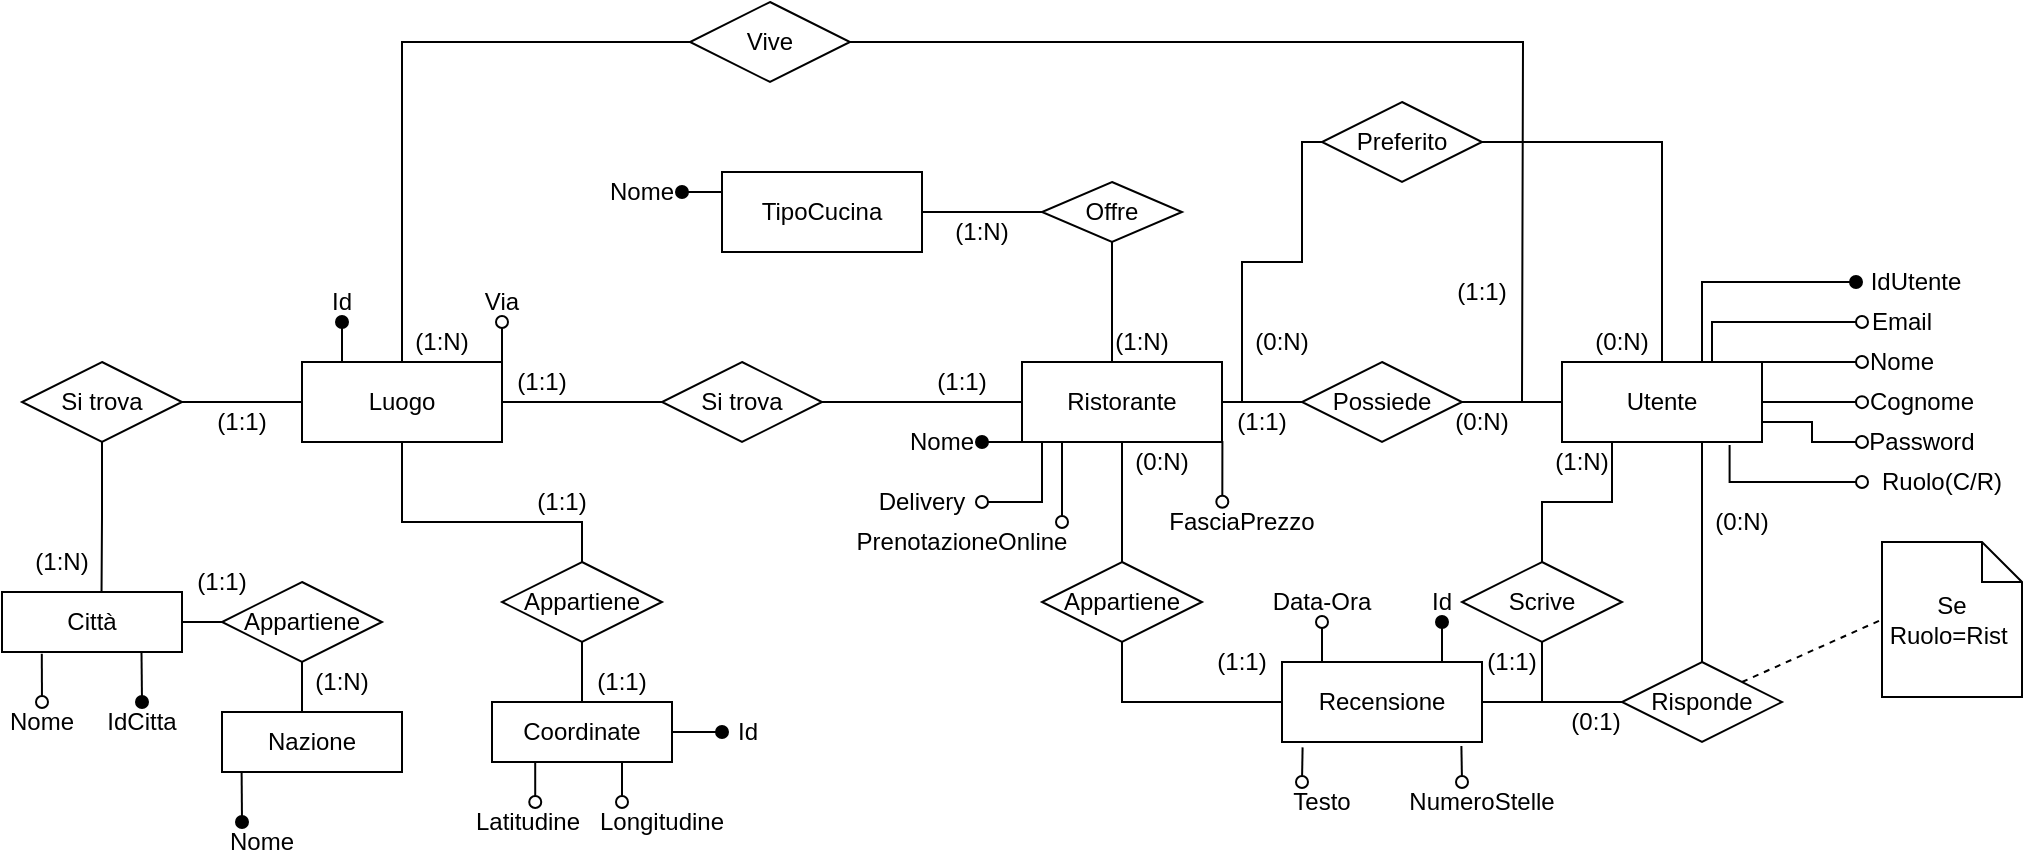
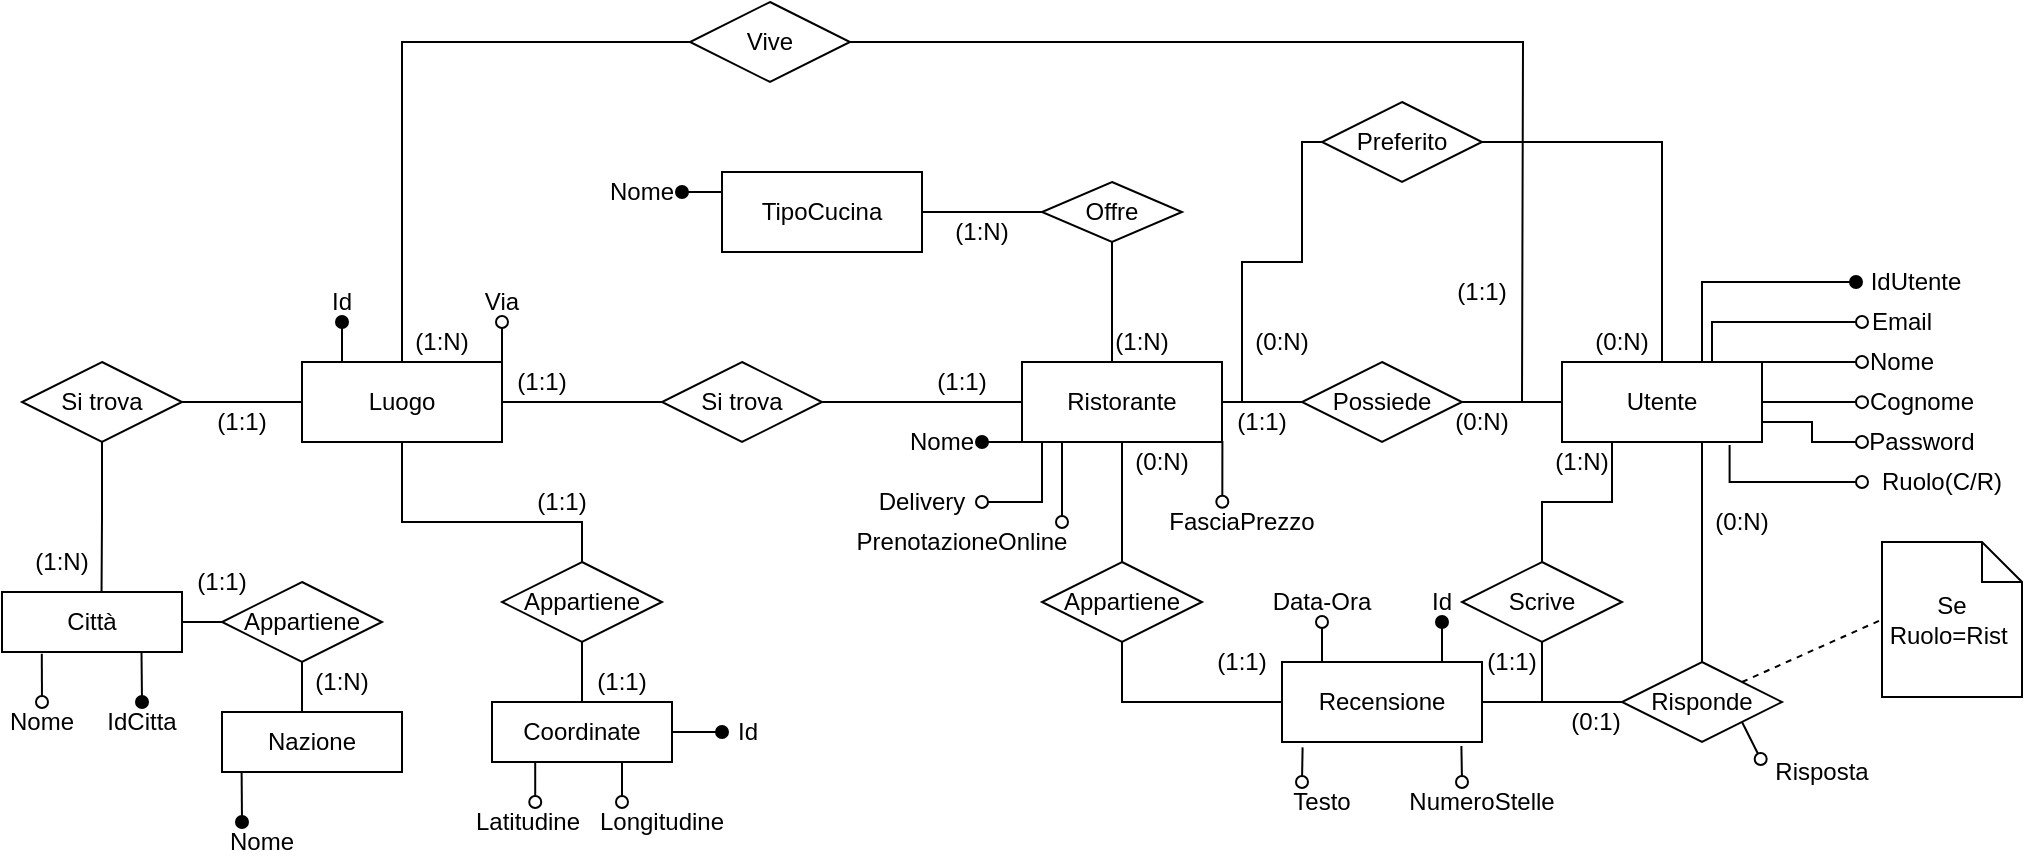
- <mxfile host="drawio-plugin" modified="2026-05-14T13:50:04.637Z" agent="Mozilla/5.0 (Windows NT 10.0; Win64; x64) AppleWebKit/537.36 (KHTML, like Gecko) Chrome/122.0.0.0 Safari/537.36" version="22.1.22" etag="0WFZqgvAeo7UNPecb1ba" type="embed">
+ <mxfile host="drawio-plugin" modified="2026-05-14T14:01:58.325Z" agent="Mozilla/5.0 (Windows NT 10.0; Win64; x64) AppleWebKit/537.36 (KHTML, like Gecko) Chrome/122.0.0.0 Safari/537.36" etag="sP1y75uM8ceINQ1trxam" version="22.1.22" type="embed">
  <diagram name="Pagina-1" id="_lHHkWrQSdz5xMOHrlR1">
-     <mxGraphModel dx="770" dy="519" grid="1" gridSize="10" guides="1" tooltips="1" connect="1" arrows="1" fold="1" page="1" pageScale="1" pageWidth="827" pageHeight="1169" math="0" shadow="0">
+     <mxGraphModel dx="160" dy="121" grid="1" gridSize="10" guides="1" tooltips="1" connect="1" arrows="1" fold="1" page="1" pageScale="1" pageWidth="827" pageHeight="1169" math="0" shadow="0">
      <root>
        <mxCell id="0" />
        <mxCell id="1" parent="0" />
        <mxCell id="hoR0Gt4olv19J5PJwQfM-59" style="edgeStyle=orthogonalEdgeStyle;rounded=0;orthogonalLoop=1;jettySize=auto;html=1;exitX=1;exitY=0.5;exitDx=0;exitDy=0;entryX=0;entryY=0.5;entryDx=0;entryDy=0;endArrow=none;endFill=0;" parent="1" source="hoR0Gt4olv19J5PJwQfM-15" target="hoR0Gt4olv19J5PJwQfM-58" edge="1">
          <mxGeometry relative="1" as="geometry" />
        </mxCell>
        <mxCell id="hoR0Gt4olv19J5PJwQfM-81" style="edgeStyle=orthogonalEdgeStyle;rounded=0;orthogonalLoop=1;jettySize=auto;html=1;exitX=0.25;exitY=0;exitDx=0;exitDy=0;entryX=0.5;entryY=1;entryDx=0;entryDy=0;endArrow=oval;endFill=1;" parent="1" source="hoR0Gt4olv19J5PJwQfM-15" target="hoR0Gt4olv19J5PJwQfM-80" edge="1">
          <mxGeometry relative="1" as="geometry" />
        </mxCell>
        <mxCell id="hoR0Gt4olv19J5PJwQfM-93" style="edgeStyle=orthogonalEdgeStyle;rounded=0;orthogonalLoop=1;jettySize=auto;html=1;exitX=0.5;exitY=0;exitDx=0;exitDy=0;entryX=0;entryY=0.5;entryDx=0;entryDy=0;endArrow=none;endFill=0;" parent="1" source="hoR0Gt4olv19J5PJwQfM-15" target="hoR0Gt4olv19J5PJwQfM-88" edge="1">
          <mxGeometry relative="1" as="geometry" />
        </mxCell>
        <mxCell id="hoR0Gt4olv19J5PJwQfM-103" style="edgeStyle=orthogonalEdgeStyle;rounded=0;orthogonalLoop=1;jettySize=auto;html=1;exitX=0.75;exitY=0;exitDx=0;exitDy=0;entryX=0.5;entryY=1;entryDx=0;entryDy=0;endArrow=oval;endFill=0;" parent="1" source="hoR0Gt4olv19J5PJwQfM-15" target="hoR0Gt4olv19J5PJwQfM-102" edge="1">
          <mxGeometry relative="1" as="geometry">
            <Array as="points">
              <mxPoint x="260" y="180" />
            </Array>
          </mxGeometry>
        </mxCell>
        <mxCell id="-ga8Vy6kgK3lwZkrT14U-17" style="edgeStyle=orthogonalEdgeStyle;rounded=0;orthogonalLoop=1;jettySize=auto;html=1;exitX=0;exitY=0.5;exitDx=0;exitDy=0;entryX=1;entryY=0.5;entryDx=0;entryDy=0;endArrow=none;endFill=0;" parent="1" source="hoR0Gt4olv19J5PJwQfM-15" target="hoR0Gt4olv19J5PJwQfM-30" edge="1">
          <mxGeometry relative="1" as="geometry" />
        </mxCell>
        <mxCell id="hoR0Gt4olv19J5PJwQfM-15" value="Luogo" style="whiteSpace=wrap;html=1;align=center;" parent="1" vertex="1">
          <mxGeometry x="160" y="180" width="100" height="40" as="geometry" />
        </mxCell>
        <mxCell id="hoR0Gt4olv19J5PJwQfM-127" style="edgeStyle=orthogonalEdgeStyle;rounded=0;orthogonalLoop=1;jettySize=auto;html=1;exitX=0;exitY=1;exitDx=0;exitDy=0;entryX=1;entryY=0.5;entryDx=0;entryDy=0;endArrow=oval;endFill=0;" parent="1" source="hoR0Gt4olv19J5PJwQfM-17" target="hoR0Gt4olv19J5PJwQfM-123" edge="1">
          <mxGeometry relative="1" as="geometry">
            <Array as="points">
              <mxPoint x="530" y="220" />
              <mxPoint x="530" y="250" />
            </Array>
          </mxGeometry>
        </mxCell>
        <mxCell id="hoR0Gt4olv19J5PJwQfM-128" style="edgeStyle=orthogonalEdgeStyle;rounded=0;orthogonalLoop=1;jettySize=auto;html=1;exitX=0;exitY=1;exitDx=0;exitDy=0;entryX=1;entryY=0.5;entryDx=0;entryDy=0;endArrow=oval;endFill=1;" parent="1" source="hoR0Gt4olv19J5PJwQfM-17" target="hoR0Gt4olv19J5PJwQfM-119" edge="1">
          <mxGeometry relative="1" as="geometry" />
        </mxCell>
        <mxCell id="SbRHY4iRa-0WNo82sJNy-21" style="edgeStyle=orthogonalEdgeStyle;rounded=0;orthogonalLoop=1;jettySize=auto;html=1;exitX=1;exitY=0.5;exitDx=0;exitDy=0;entryX=0;entryY=0.5;entryDx=0;entryDy=0;endArrow=none;endFill=0;" parent="1" source="hoR0Gt4olv19J5PJwQfM-17" target="SbRHY4iRa-0WNo82sJNy-20" edge="1">
          <mxGeometry relative="1" as="geometry">
            <Array as="points">
              <mxPoint x="630" y="200" />
              <mxPoint x="630" y="130" />
              <mxPoint x="660" y="130" />
              <mxPoint x="660" y="70" />
            </Array>
          </mxGeometry>
        </mxCell>
        <mxCell id="hoR0Gt4olv19J5PJwQfM-17" value="Ristorante" style="whiteSpace=wrap;html=1;align=center;" parent="1" vertex="1">
          <mxGeometry x="520" y="180" width="100" height="40" as="geometry" />
        </mxCell>
        <mxCell id="hoR0Gt4olv19J5PJwQfM-32" style="edgeStyle=orthogonalEdgeStyle;rounded=0;orthogonalLoop=1;jettySize=auto;html=1;exitX=0.5;exitY=0;exitDx=0;exitDy=0;entryX=0.5;entryY=1;entryDx=0;entryDy=0;endArrow=none;endFill=0;" parent="1" source="hoR0Gt4olv19J5PJwQfM-18" target="hoR0Gt4olv19J5PJwQfM-28" edge="1">
          <mxGeometry relative="1" as="geometry" />
        </mxCell>
        <mxCell id="hoR0Gt4olv19J5PJwQfM-18" value="Nazione" style="whiteSpace=wrap;html=1;align=center;" parent="1" vertex="1">
          <mxGeometry x="120" y="355" width="90" height="30" as="geometry" />
        </mxCell>
        <mxCell id="hoR0Gt4olv19J5PJwQfM-57" style="edgeStyle=orthogonalEdgeStyle;rounded=0;orthogonalLoop=1;jettySize=auto;html=1;exitX=0.5;exitY=0;exitDx=0;exitDy=0;entryX=0.5;entryY=1;entryDx=0;entryDy=0;endArrow=none;endFill=0;" parent="1" source="hoR0Gt4olv19J5PJwQfM-20" edge="1">
          <mxGeometry relative="1" as="geometry">
            <mxPoint x="840" y="160" as="targetPoint" />
          </mxGeometry>
        </mxCell>
        <mxCell id="hoR0Gt4olv19J5PJwQfM-84" style="edgeStyle=orthogonalEdgeStyle;rounded=0;orthogonalLoop=1;jettySize=auto;html=1;exitX=0.75;exitY=0;exitDx=0;exitDy=0;entryX=0;entryY=0.5;entryDx=0;entryDy=0;endArrow=oval;endFill=0;" parent="1" source="hoR0Gt4olv19J5PJwQfM-20" target="hoR0Gt4olv19J5PJwQfM-83" edge="1">
          <mxGeometry relative="1" as="geometry" />
        </mxCell>
        <mxCell id="hoR0Gt4olv19J5PJwQfM-113" style="edgeStyle=orthogonalEdgeStyle;rounded=0;orthogonalLoop=1;jettySize=auto;html=1;exitX=1;exitY=0;exitDx=0;exitDy=0;entryX=0;entryY=0.5;entryDx=0;entryDy=0;endArrow=oval;endFill=0;" parent="1" source="hoR0Gt4olv19J5PJwQfM-20" target="hoR0Gt4olv19J5PJwQfM-85" edge="1">
          <mxGeometry relative="1" as="geometry">
            <Array as="points">
              <mxPoint x="900" y="180" />
              <mxPoint x="900" y="180" />
            </Array>
          </mxGeometry>
        </mxCell>
        <mxCell id="hoR0Gt4olv19J5PJwQfM-115" style="edgeStyle=orthogonalEdgeStyle;rounded=0;orthogonalLoop=1;jettySize=auto;html=1;exitX=1;exitY=0.5;exitDx=0;exitDy=0;endArrow=oval;endFill=0;" parent="1" source="hoR0Gt4olv19J5PJwQfM-20" edge="1">
          <mxGeometry relative="1" as="geometry">
            <mxPoint x="940" y="200.0697674418605" as="targetPoint" />
          </mxGeometry>
        </mxCell>
        <mxCell id="IlA3ACU5GJCYR5n2nHMM-11" style="edgeStyle=orthogonalEdgeStyle;rounded=0;orthogonalLoop=1;jettySize=auto;html=1;exitX=0.75;exitY=0;exitDx=0;exitDy=0;entryX=0;entryY=0.5;entryDx=0;entryDy=0;endArrow=oval;endFill=1;" parent="1" source="hoR0Gt4olv19J5PJwQfM-20" target="IlA3ACU5GJCYR5n2nHMM-10" edge="1">
          <mxGeometry relative="1" as="geometry">
            <Array as="points">
              <mxPoint x="860" y="180" />
              <mxPoint x="860" y="140" />
            </Array>
          </mxGeometry>
        </mxCell>
        <mxCell id="hoR0Gt4olv19J5PJwQfM-20" value="Utente" style="whiteSpace=wrap;html=1;align=center;" parent="1" vertex="1">
          <mxGeometry x="790" y="180" width="100" height="40" as="geometry" />
        </mxCell>
        <mxCell id="hoR0Gt4olv19J5PJwQfM-33" style="edgeStyle=orthogonalEdgeStyle;rounded=0;orthogonalLoop=1;jettySize=auto;html=1;exitX=0.5;exitY=0;exitDx=0;exitDy=0;entryX=0.5;entryY=1;entryDx=0;entryDy=0;endArrow=none;endFill=0;" parent="1" source="hoR0Gt4olv19J5PJwQfM-21" target="hoR0Gt4olv19J5PJwQfM-24" edge="1">
          <mxGeometry relative="1" as="geometry" />
        </mxCell>
        <mxCell id="hoR0Gt4olv19J5PJwQfM-72" style="edgeStyle=orthogonalEdgeStyle;rounded=0;orthogonalLoop=1;jettySize=auto;html=1;exitX=1;exitY=0.5;exitDx=0;exitDy=0;endArrow=oval;endFill=1;entryX=0;entryY=0.5;entryDx=0;entryDy=0;" parent="1" source="hoR0Gt4olv19J5PJwQfM-21" target="hoR0Gt4olv19J5PJwQfM-71" edge="1">
          <mxGeometry relative="1" as="geometry">
            <mxPoint x="380" y="365" as="targetPoint" />
          </mxGeometry>
        </mxCell>
        <mxCell id="hoR0Gt4olv19J5PJwQfM-73" style="edgeStyle=orthogonalEdgeStyle;rounded=0;orthogonalLoop=1;jettySize=auto;html=1;exitX=0.75;exitY=1;exitDx=0;exitDy=0;entryX=0;entryY=0;entryDx=0;entryDy=0;endArrow=oval;endFill=0;" parent="1" source="hoR0Gt4olv19J5PJwQfM-21" target="hoR0Gt4olv19J5PJwQfM-64" edge="1">
          <mxGeometry relative="1" as="geometry">
            <Array as="points">
              <mxPoint x="320" y="380" />
              <mxPoint x="320" y="400" />
            </Array>
          </mxGeometry>
        </mxCell>
        <mxCell id="hoR0Gt4olv19J5PJwQfM-21" value="Coordinate" style="whiteSpace=wrap;html=1;align=center;" parent="1" vertex="1">
          <mxGeometry x="255" y="350" width="90" height="30" as="geometry" />
        </mxCell>
        <mxCell id="hoR0Gt4olv19J5PJwQfM-52" style="edgeStyle=orthogonalEdgeStyle;rounded=0;orthogonalLoop=1;jettySize=auto;html=1;exitX=0;exitY=0.5;exitDx=0;exitDy=0;entryX=0.5;entryY=1;entryDx=0;entryDy=0;endArrow=none;endFill=0;" parent="1" source="hoR0Gt4olv19J5PJwQfM-22" target="hoR0Gt4olv19J5PJwQfM-48" edge="1">
          <mxGeometry relative="1" as="geometry" />
        </mxCell>
        <mxCell id="hoR0Gt4olv19J5PJwQfM-54" style="edgeStyle=orthogonalEdgeStyle;rounded=0;orthogonalLoop=1;jettySize=auto;html=1;exitX=1;exitY=0.5;exitDx=0;exitDy=0;entryX=0.5;entryY=1;entryDx=0;entryDy=0;endArrow=none;endFill=0;" parent="1" source="hoR0Gt4olv19J5PJwQfM-22" target="hoR0Gt4olv19J5PJwQfM-47" edge="1">
          <mxGeometry relative="1" as="geometry" />
        </mxCell>
        <mxCell id="IlA3ACU5GJCYR5n2nHMM-14" style="edgeStyle=orthogonalEdgeStyle;rounded=0;orthogonalLoop=1;jettySize=auto;html=1;exitX=0.25;exitY=0;exitDx=0;exitDy=0;entryX=0.5;entryY=1;entryDx=0;entryDy=0;endArrow=oval;endFill=0;" parent="1" source="hoR0Gt4olv19J5PJwQfM-22" target="IlA3ACU5GJCYR5n2nHMM-13" edge="1">
          <mxGeometry relative="1" as="geometry" />
        </mxCell>
        <mxCell id="hoR0Gt4olv19J5PJwQfM-22" value="Recensione" style="whiteSpace=wrap;html=1;align=center;" parent="1" vertex="1">
          <mxGeometry x="650" y="330" width="100" height="40" as="geometry" />
        </mxCell>
        <mxCell id="hoR0Gt4olv19J5PJwQfM-112" style="edgeStyle=orthogonalEdgeStyle;rounded=0;orthogonalLoop=1;jettySize=auto;html=1;exitX=0;exitY=0.25;exitDx=0;exitDy=0;entryX=1;entryY=0.5;entryDx=0;entryDy=0;endArrow=oval;endFill=1;" parent="1" source="hoR0Gt4olv19J5PJwQfM-23" target="hoR0Gt4olv19J5PJwQfM-109" edge="1">
          <mxGeometry relative="1" as="geometry" />
        </mxCell>
        <mxCell id="SbRHY4iRa-0WNo82sJNy-11" style="edgeStyle=orthogonalEdgeStyle;rounded=0;orthogonalLoop=1;jettySize=auto;html=1;exitX=1;exitY=0.5;exitDx=0;exitDy=0;entryX=0;entryY=0.5;entryDx=0;entryDy=0;endArrow=none;endFill=0;" parent="1" source="hoR0Gt4olv19J5PJwQfM-23" target="SbRHY4iRa-0WNo82sJNy-4" edge="1">
          <mxGeometry relative="1" as="geometry">
            <mxPoint x="420" y="80" as="targetPoint" />
          </mxGeometry>
        </mxCell>
        <mxCell id="hoR0Gt4olv19J5PJwQfM-23" value="TipoCucina" style="whiteSpace=wrap;html=1;align=center;" parent="1" vertex="1">
          <mxGeometry x="370" y="85" width="100" height="40" as="geometry" />
        </mxCell>
        <mxCell id="hoR0Gt4olv19J5PJwQfM-37" style="edgeStyle=orthogonalEdgeStyle;rounded=0;orthogonalLoop=1;jettySize=auto;html=1;endArrow=none;endFill=0;entryX=0.5;entryY=1;entryDx=0;entryDy=0;" parent="1" target="hoR0Gt4olv19J5PJwQfM-15" edge="1">
          <mxGeometry relative="1" as="geometry">
            <Array as="points">
              <mxPoint x="300" y="260" />
              <mxPoint x="210" y="260" />
            </Array>
            <mxPoint x="300" y="280" as="sourcePoint" />
            <mxPoint x="210" y="230" as="targetPoint" />
          </mxGeometry>
        </mxCell>
        <mxCell id="hoR0Gt4olv19J5PJwQfM-24" value="Appartiene" style="shape=rhombus;perimeter=rhombusPerimeter;whiteSpace=wrap;html=1;align=center;" parent="1" vertex="1">
          <mxGeometry x="260" y="280" width="80" height="40" as="geometry" />
        </mxCell>
        <mxCell id="hoR0Gt4olv19J5PJwQfM-28" value="Appartiene" style="shape=rhombus;perimeter=rhombusPerimeter;whiteSpace=wrap;html=1;align=center;" parent="1" vertex="1">
          <mxGeometry x="120" y="290" width="80" height="40" as="geometry" />
        </mxCell>
        <mxCell id="hoR0Gt4olv19J5PJwQfM-30" value="Si trova" style="shape=rhombus;perimeter=rhombusPerimeter;whiteSpace=wrap;html=1;align=center;" parent="1" vertex="1">
          <mxGeometry x="20" y="180" width="80" height="40" as="geometry" />
        </mxCell>
        <mxCell id="hoR0Gt4olv19J5PJwQfM-46" style="edgeStyle=orthogonalEdgeStyle;rounded=0;orthogonalLoop=1;jettySize=auto;html=1;exitX=0;exitY=0.5;exitDx=0;exitDy=0;entryX=1;entryY=0.5;entryDx=0;entryDy=0;endArrow=none;endFill=0;" parent="1" source="hoR0Gt4olv19J5PJwQfM-41" target="hoR0Gt4olv19J5PJwQfM-17" edge="1">
          <mxGeometry relative="1" as="geometry" />
        </mxCell>
        <mxCell id="hoR0Gt4olv19J5PJwQfM-41" value="Possiede" style="shape=rhombus;perimeter=rhombusPerimeter;whiteSpace=wrap;html=1;align=center;" parent="1" vertex="1">
          <mxGeometry x="660" y="180" width="80" height="40" as="geometry" />
        </mxCell>
-         <mxCell id="7" style="edgeStyle=orthogonalEdgeStyle;rounded=0;orthogonalLoop=1;jettySize=auto;html=1;exitX=0.5;exitY=0;exitDx=0;exitDy=0;entryX=0.25;entryY=1;entryDx=0;entryDy=0;endArrow=none;endFill=0;" edge="1" parent="1" source="hoR0Gt4olv19J5PJwQfM-47" target="hoR0Gt4olv19J5PJwQfM-20">
+         <mxCell id="7" style="edgeStyle=orthogonalEdgeStyle;rounded=0;orthogonalLoop=1;jettySize=auto;html=1;exitX=0.5;exitY=0;exitDx=0;exitDy=0;entryX=0.25;entryY=1;entryDx=0;entryDy=0;endArrow=none;endFill=0;" parent="1" source="hoR0Gt4olv19J5PJwQfM-47" target="hoR0Gt4olv19J5PJwQfM-20" edge="1">
          <mxGeometry relative="1" as="geometry" />
        </mxCell>
        <mxCell id="hoR0Gt4olv19J5PJwQfM-47" value="Scrive" style="shape=rhombus;perimeter=rhombusPerimeter;whiteSpace=wrap;html=1;align=center;" parent="1" vertex="1">
          <mxGeometry x="740" y="280" width="80" height="40" as="geometry" />
        </mxCell>
        <mxCell id="hoR0Gt4olv19J5PJwQfM-51" style="edgeStyle=orthogonalEdgeStyle;rounded=0;orthogonalLoop=1;jettySize=auto;html=1;exitX=0.5;exitY=0;exitDx=0;exitDy=0;entryX=0.5;entryY=1;entryDx=0;entryDy=0;endArrow=none;endFill=0;" parent="1" source="hoR0Gt4olv19J5PJwQfM-48" target="hoR0Gt4olv19J5PJwQfM-17" edge="1">
          <mxGeometry relative="1" as="geometry" />
        </mxCell>
        <mxCell id="hoR0Gt4olv19J5PJwQfM-48" value="Appartiene" style="shape=rhombus;perimeter=rhombusPerimeter;whiteSpace=wrap;html=1;align=center;" parent="1" vertex="1">
          <mxGeometry x="530" y="280" width="80" height="40" as="geometry" />
        </mxCell>
        <mxCell id="hoR0Gt4olv19J5PJwQfM-60" style="edgeStyle=orthogonalEdgeStyle;rounded=0;orthogonalLoop=1;jettySize=auto;html=1;exitX=1;exitY=0.5;exitDx=0;exitDy=0;entryX=0;entryY=0.5;entryDx=0;entryDy=0;endArrow=none;endFill=0;" parent="1" source="hoR0Gt4olv19J5PJwQfM-58" target="hoR0Gt4olv19J5PJwQfM-17" edge="1">
          <mxGeometry relative="1" as="geometry" />
        </mxCell>
        <mxCell id="hoR0Gt4olv19J5PJwQfM-58" value="Si trova" style="shape=rhombus;perimeter=rhombusPerimeter;whiteSpace=wrap;html=1;align=center;" parent="1" vertex="1">
          <mxGeometry x="340" y="180" width="80" height="40" as="geometry" />
        </mxCell>
        <mxCell id="hoR0Gt4olv19J5PJwQfM-62" value="Latitudine" style="text;html=1;whiteSpace=wrap;strokeColor=none;fillColor=none;align=center;verticalAlign=middle;rounded=0;" parent="1" vertex="1">
          <mxGeometry x="252.5" y="400" width="40" height="20" as="geometry" />
        </mxCell>
        <mxCell id="hoR0Gt4olv19J5PJwQfM-64" value="Longitudine" style="text;html=1;whiteSpace=wrap;strokeColor=none;fillColor=none;align=center;verticalAlign=middle;rounded=0;" parent="1" vertex="1">
          <mxGeometry x="320" y="400" width="40" height="20" as="geometry" />
        </mxCell>
        <mxCell id="hoR0Gt4olv19J5PJwQfM-65" value="Nome" style="text;html=1;whiteSpace=wrap;strokeColor=none;fillColor=none;align=center;verticalAlign=middle;rounded=0;" parent="1" vertex="1">
          <mxGeometry x="120" y="410" width="40" height="20" as="geometry" />
        </mxCell>
        <mxCell id="hoR0Gt4olv19J5PJwQfM-71" value="Id" style="text;html=1;whiteSpace=wrap;strokeColor=none;fillColor=none;align=center;verticalAlign=middle;rounded=0;" parent="1" vertex="1">
          <mxGeometry x="370" y="355" width="26" height="20" as="geometry" />
        </mxCell>
        <mxCell id="hoR0Gt4olv19J5PJwQfM-74" style="edgeStyle=orthogonalEdgeStyle;rounded=0;orthogonalLoop=1;jettySize=auto;html=1;entryX=0.603;entryY=0;entryDx=0;entryDy=0;entryPerimeter=0;endArrow=oval;endFill=0;" parent="1" target="hoR0Gt4olv19J5PJwQfM-62" edge="1">
          <mxGeometry relative="1" as="geometry">
            <mxPoint x="275" y="380" as="sourcePoint" />
          </mxGeometry>
        </mxCell>
        <mxCell id="hoR0Gt4olv19J5PJwQfM-80" value="Id" style="text;html=1;whiteSpace=wrap;strokeColor=none;fillColor=none;align=center;verticalAlign=middle;rounded=0;" parent="1" vertex="1">
          <mxGeometry x="160" y="140" width="40" height="20" as="geometry" />
        </mxCell>
        <mxCell id="hoR0Gt4olv19J5PJwQfM-83" value="Email" style="text;html=1;whiteSpace=wrap;strokeColor=none;fillColor=none;align=center;verticalAlign=middle;rounded=0;" parent="1" vertex="1">
          <mxGeometry x="940" y="150" width="40" height="20" as="geometry" />
        </mxCell>
        <mxCell id="hoR0Gt4olv19J5PJwQfM-85" value="Nome" style="text;html=1;whiteSpace=wrap;strokeColor=none;fillColor=none;align=center;verticalAlign=middle;rounded=0;" parent="1" vertex="1">
          <mxGeometry x="940" y="170" width="40" height="20" as="geometry" />
        </mxCell>
        <mxCell id="hoR0Gt4olv19J5PJwQfM-86" value="Cognome" style="text;html=1;whiteSpace=wrap;strokeColor=none;fillColor=none;align=center;verticalAlign=middle;rounded=0;" parent="1" vertex="1">
          <mxGeometry x="950" y="190" width="40" height="20" as="geometry" />
        </mxCell>
        <mxCell id="hoR0Gt4olv19J5PJwQfM-87" value="Password" style="text;html=1;whiteSpace=wrap;strokeColor=none;fillColor=none;align=center;verticalAlign=middle;rounded=0;" parent="1" vertex="1">
          <mxGeometry x="950" y="210" width="40" height="20" as="geometry" />
        </mxCell>
        <mxCell id="hoR0Gt4olv19J5PJwQfM-92" style="edgeStyle=orthogonalEdgeStyle;rounded=0;orthogonalLoop=1;jettySize=auto;html=1;exitX=1;exitY=0.5;exitDx=0;exitDy=0;endArrow=none;endFill=0;" parent="1" source="hoR0Gt4olv19J5PJwQfM-88" edge="1">
          <mxGeometry relative="1" as="geometry">
            <mxPoint x="770" y="200" as="targetPoint" />
          </mxGeometry>
        </mxCell>
        <mxCell id="hoR0Gt4olv19J5PJwQfM-88" value="Vive" style="shape=rhombus;perimeter=rhombusPerimeter;whiteSpace=wrap;html=1;align=center;" parent="1" vertex="1">
          <mxGeometry x="354" width="80" height="40" as="geometry" />
        </mxCell>
        <mxCell id="hoR0Gt4olv19J5PJwQfM-101" value="(1:N)" style="text;html=1;whiteSpace=wrap;strokeColor=none;fillColor=none;align=center;verticalAlign=middle;rounded=0;" parent="1" vertex="1">
          <mxGeometry x="210" y="160" width="40" height="20" as="geometry" />
        </mxCell>
        <mxCell id="hoR0Gt4olv19J5PJwQfM-102" value="Via" style="text;html=1;whiteSpace=wrap;strokeColor=none;fillColor=none;align=center;verticalAlign=middle;rounded=0;" parent="1" vertex="1">
          <mxGeometry x="240" y="140" width="40" height="20" as="geometry" />
        </mxCell>
        <mxCell id="hoR0Gt4olv19J5PJwQfM-104" value="(1:1)" style="text;html=1;whiteSpace=wrap;strokeColor=none;fillColor=none;align=center;verticalAlign=middle;rounded=0;" parent="1" vertex="1">
          <mxGeometry x="730" y="135" width="40" height="20" as="geometry" />
        </mxCell>
        <mxCell id="hoR0Gt4olv19J5PJwQfM-109" value="Nome" style="text;html=1;whiteSpace=wrap;strokeColor=none;fillColor=none;align=center;verticalAlign=middle;rounded=0;" parent="1" vertex="1">
          <mxGeometry x="310" y="85" width="40" height="20" as="geometry" />
        </mxCell>
        <mxCell id="hoR0Gt4olv19J5PJwQfM-116" style="edgeStyle=orthogonalEdgeStyle;rounded=0;orthogonalLoop=1;jettySize=auto;html=1;exitX=1;exitY=0.75;exitDx=0;exitDy=0;endArrow=oval;endFill=0;" parent="1" source="hoR0Gt4olv19J5PJwQfM-20" edge="1">
          <mxGeometry relative="1" as="geometry">
            <Array as="points">
              <mxPoint x="915" y="210" />
              <mxPoint x="915" y="220" />
            </Array>
            <mxPoint x="940" y="220" as="targetPoint" />
          </mxGeometry>
        </mxCell>
        <mxCell id="hoR0Gt4olv19J5PJwQfM-117" value="Ruolo(C/R)" style="text;html=1;whiteSpace=wrap;strokeColor=none;fillColor=none;align=center;verticalAlign=middle;rounded=0;" parent="1" vertex="1">
          <mxGeometry x="940" y="230" width="80" height="20" as="geometry" />
        </mxCell>
        <mxCell id="hoR0Gt4olv19J5PJwQfM-118" style="edgeStyle=orthogonalEdgeStyle;rounded=0;orthogonalLoop=1;jettySize=auto;html=1;exitX=0;exitY=0.5;exitDx=0;exitDy=0;entryX=0.838;entryY=1.037;entryDx=0;entryDy=0;entryPerimeter=0;endArrow=none;endFill=0;startArrow=oval;startFill=0;" parent="1" source="hoR0Gt4olv19J5PJwQfM-117" target="hoR0Gt4olv19J5PJwQfM-20" edge="1">
          <mxGeometry relative="1" as="geometry" />
        </mxCell>
        <mxCell id="hoR0Gt4olv19J5PJwQfM-119" value="Nome" style="text;html=1;whiteSpace=wrap;strokeColor=none;fillColor=none;align=center;verticalAlign=middle;rounded=0;" parent="1" vertex="1">
          <mxGeometry x="460" y="210" width="40" height="20" as="geometry" />
        </mxCell>
        <mxCell id="hoR0Gt4olv19J5PJwQfM-120" value="FasciaPrezzo" style="text;html=1;whiteSpace=wrap;strokeColor=none;fillColor=none;align=center;verticalAlign=middle;rounded=0;" parent="1" vertex="1">
          <mxGeometry x="590" y="250" width="80" height="20" as="geometry" />
        </mxCell>
        <mxCell id="hoR0Gt4olv19J5PJwQfM-121" style="edgeStyle=orthogonalEdgeStyle;rounded=0;orthogonalLoop=1;jettySize=auto;html=1;exitX=0.75;exitY=1;exitDx=0;exitDy=0;entryX=0.377;entryY=-0.005;entryDx=0;entryDy=0;entryPerimeter=0;endArrow=oval;endFill=0;" parent="1" source="hoR0Gt4olv19J5PJwQfM-17" target="hoR0Gt4olv19J5PJwQfM-120" edge="1">
          <mxGeometry relative="1" as="geometry">
            <Array as="points">
              <mxPoint x="620" y="220" />
            </Array>
          </mxGeometry>
        </mxCell>
        <mxCell id="hoR0Gt4olv19J5PJwQfM-123" value="Delivery" style="text;html=1;whiteSpace=wrap;strokeColor=none;fillColor=none;align=center;verticalAlign=middle;rounded=0;" parent="1" vertex="1">
          <mxGeometry x="440" y="240" width="60" height="20" as="geometry" />
        </mxCell>
        <mxCell id="hoR0Gt4olv19J5PJwQfM-124" value="PrenotazioneOnline" style="text;html=1;whiteSpace=wrap;strokeColor=none;fillColor=none;align=center;verticalAlign=middle;rounded=0;" parent="1" vertex="1">
          <mxGeometry x="440" y="260" width="100" height="20" as="geometry" />
        </mxCell>
        <mxCell id="hoR0Gt4olv19J5PJwQfM-125" style="edgeStyle=orthogonalEdgeStyle;rounded=0;orthogonalLoop=1;jettySize=auto;html=1;exitX=1;exitY=0;exitDx=0;exitDy=0;endArrow=none;endFill=0;startArrow=oval;startFill=0;" parent="1" source="hoR0Gt4olv19J5PJwQfM-124" edge="1">
          <mxGeometry relative="1" as="geometry">
            <mxPoint x="540" y="220" as="targetPoint" />
          </mxGeometry>
        </mxCell>
        <mxCell id="-ga8Vy6kgK3lwZkrT14U-1" value="Testo" style="text;html=1;whiteSpace=wrap;strokeColor=none;fillColor=none;align=center;verticalAlign=middle;rounded=0;" parent="1" vertex="1">
          <mxGeometry x="650" y="390" width="40" height="20" as="geometry" />
        </mxCell>
        <mxCell id="-ga8Vy6kgK3lwZkrT14U-2" value="NumeroStelle" style="text;html=1;whiteSpace=wrap;strokeColor=none;fillColor=none;align=center;verticalAlign=middle;rounded=0;" parent="1" vertex="1">
          <mxGeometry x="730" y="390" width="40" height="20" as="geometry" />
        </mxCell>
        <mxCell id="-ga8Vy6kgK3lwZkrT14U-3" style="edgeStyle=orthogonalEdgeStyle;rounded=0;orthogonalLoop=1;jettySize=auto;html=1;exitX=0.25;exitY=0;exitDx=0;exitDy=0;entryX=0.103;entryY=1.067;entryDx=0;entryDy=0;entryPerimeter=0;endArrow=none;endFill=0;startArrow=oval;startFill=0;" parent="1" source="-ga8Vy6kgK3lwZkrT14U-1" target="hoR0Gt4olv19J5PJwQfM-22" edge="1">
          <mxGeometry relative="1" as="geometry" />
        </mxCell>
        <mxCell id="-ga8Vy6kgK3lwZkrT14U-4" style="edgeStyle=orthogonalEdgeStyle;rounded=0;orthogonalLoop=1;jettySize=auto;html=1;exitX=0.25;exitY=0;exitDx=0;exitDy=0;entryX=0.897;entryY=1.05;entryDx=0;entryDy=0;entryPerimeter=0;endArrow=none;endFill=0;startArrow=oval;startFill=0;" parent="1" source="-ga8Vy6kgK3lwZkrT14U-2" target="hoR0Gt4olv19J5PJwQfM-22" edge="1">
          <mxGeometry relative="1" as="geometry" />
        </mxCell>
        <mxCell id="-ga8Vy6kgK3lwZkrT14U-8" value="(1:N)" style="text;html=1;whiteSpace=wrap;strokeColor=none;fillColor=none;align=center;verticalAlign=middle;rounded=0;" parent="1" vertex="1">
          <mxGeometry x="20" y="270" width="40" height="20" as="geometry" />
        </mxCell>
        <mxCell id="-ga8Vy6kgK3lwZkrT14U-10" value="(1:1)" style="text;html=1;whiteSpace=wrap;strokeColor=none;fillColor=none;align=center;verticalAlign=middle;rounded=0;" parent="1" vertex="1">
          <mxGeometry x="110" y="200" width="40" height="20" as="geometry" />
        </mxCell>
        <mxCell id="-ga8Vy6kgK3lwZkrT14U-12" value="(1:N)" style="text;html=1;whiteSpace=wrap;strokeColor=none;fillColor=none;align=center;verticalAlign=middle;rounded=0;" parent="1" vertex="1">
          <mxGeometry x="160" y="330" width="40" height="20" as="geometry" />
        </mxCell>
        <mxCell id="hoR0Gt4olv19J5PJwQfM-75" value="Nome" style="text;html=1;whiteSpace=wrap;strokeColor=none;fillColor=none;align=center;verticalAlign=middle;rounded=0;movable=1;resizable=1;rotatable=1;deletable=1;editable=1;locked=0;connectable=1;container=0;" parent="1" vertex="1">
          <mxGeometry x="10" y="350" width="40" height="20" as="geometry" />
        </mxCell>
        <mxCell id="hoR0Gt4olv19J5PJwQfM-77" value="IdCitta" style="text;html=1;whiteSpace=wrap;strokeColor=none;fillColor=none;align=center;verticalAlign=middle;rounded=0;movable=1;resizable=1;rotatable=1;deletable=1;editable=1;locked=0;connectable=1;container=0;" parent="1" vertex="1">
          <mxGeometry x="60" y="350" width="40" height="20" as="geometry" />
        </mxCell>
        <mxCell id="hoR0Gt4olv19J5PJwQfM-76" style="edgeStyle=orthogonalEdgeStyle;rounded=0;orthogonalLoop=1;jettySize=auto;html=1;exitX=0.221;exitY=1.03;exitDx=0;exitDy=0;endArrow=oval;endFill=0;movable=1;resizable=1;rotatable=1;deletable=1;editable=1;locked=0;connectable=1;exitPerimeter=0;" parent="1" source="hoR0Gt4olv19J5PJwQfM-16" edge="1">
          <mxGeometry relative="1" as="geometry">
            <mxPoint x="30" y="350" as="targetPoint" />
          </mxGeometry>
        </mxCell>
        <mxCell id="IlA3ACU5GJCYR5n2nHMM-7" style="edgeStyle=orthogonalEdgeStyle;rounded=0;orthogonalLoop=1;jettySize=auto;html=1;exitX=1;exitY=0.5;exitDx=0;exitDy=0;entryX=0;entryY=0.5;entryDx=0;entryDy=0;endArrow=none;endFill=0;" parent="1" source="hoR0Gt4olv19J5PJwQfM-16" target="hoR0Gt4olv19J5PJwQfM-28" edge="1">
          <mxGeometry relative="1" as="geometry" />
        </mxCell>
        <mxCell id="hoR0Gt4olv19J5PJwQfM-16" value="Città" style="whiteSpace=wrap;html=1;align=center;movable=1;resizable=1;rotatable=1;deletable=1;editable=1;locked=0;connectable=1;container=0;" parent="1" vertex="1">
          <mxGeometry x="10" y="295" width="90" height="30" as="geometry" />
        </mxCell>
        <mxCell id="-ga8Vy6kgK3lwZkrT14U-18" style="edgeStyle=orthogonalEdgeStyle;rounded=0;orthogonalLoop=1;jettySize=auto;html=1;exitX=0.25;exitY=0;exitDx=0;exitDy=0;entryX=0.109;entryY=0.991;entryDx=0;entryDy=0;entryPerimeter=0;endArrow=none;endFill=0;startArrow=oval;startFill=1;" parent="1" source="hoR0Gt4olv19J5PJwQfM-65" target="hoR0Gt4olv19J5PJwQfM-18" edge="1">
          <mxGeometry relative="1" as="geometry" />
        </mxCell>
        <mxCell id="-ga8Vy6kgK3lwZkrT14U-19" value="(1:1)" style="text;html=1;whiteSpace=wrap;strokeColor=none;fillColor=none;align=center;verticalAlign=middle;rounded=0;" parent="1" vertex="1">
          <mxGeometry x="300" y="330" width="40" height="20" as="geometry" />
        </mxCell>
        <mxCell id="-ga8Vy6kgK3lwZkrT14U-13" value="(1:1)" style="text;html=1;whiteSpace=wrap;strokeColor=none;fillColor=none;align=center;verticalAlign=middle;rounded=0;" parent="1" vertex="1">
          <mxGeometry x="270" y="240" width="40" height="20" as="geometry" />
        </mxCell>
        <mxCell id="-ga8Vy6kgK3lwZkrT14U-25" value="(1:1)" style="text;html=1;whiteSpace=wrap;strokeColor=none;fillColor=none;align=center;verticalAlign=middle;rounded=0;" parent="1" vertex="1">
          <mxGeometry x="260" y="180" width="40" height="20" as="geometry" />
        </mxCell>
        <mxCell id="-ga8Vy6kgK3lwZkrT14U-26" value="(1:1)" style="text;html=1;whiteSpace=wrap;strokeColor=none;fillColor=none;align=center;verticalAlign=middle;rounded=0;" parent="1" vertex="1">
          <mxGeometry x="470" y="180" width="40" height="20" as="geometry" />
        </mxCell>
        <mxCell id="-ga8Vy6kgK3lwZkrT14U-34" value="(1:1)" style="text;html=1;whiteSpace=wrap;strokeColor=none;fillColor=none;align=center;verticalAlign=middle;rounded=0;" parent="1" vertex="1">
          <mxGeometry x="610" y="320" width="40" height="20" as="geometry" />
        </mxCell>
        <mxCell id="-ga8Vy6kgK3lwZkrT14U-35" value="(0:N)" style="text;html=1;whiteSpace=wrap;strokeColor=none;fillColor=none;align=center;verticalAlign=middle;rounded=0;" parent="1" vertex="1">
          <mxGeometry x="570" y="220" width="40" height="20" as="geometry" />
        </mxCell>
        <mxCell id="-ga8Vy6kgK3lwZkrT14U-36" value="(0:N)" style="text;html=1;whiteSpace=wrap;strokeColor=none;fillColor=none;align=center;verticalAlign=middle;rounded=0;" parent="1" vertex="1">
          <mxGeometry x="860" y="250" width="40" height="20" as="geometry" />
        </mxCell>
        <mxCell id="-ga8Vy6kgK3lwZkrT14U-37" value="(1:N)" style="text;html=1;whiteSpace=wrap;strokeColor=none;fillColor=none;align=center;verticalAlign=middle;rounded=0;" parent="1" vertex="1">
          <mxGeometry x="780" y="220" width="40" height="20" as="geometry" />
        </mxCell>
        <mxCell id="-ga8Vy6kgK3lwZkrT14U-38" value="(0:N)" style="text;html=1;whiteSpace=wrap;strokeColor=none;fillColor=none;align=center;verticalAlign=middle;rounded=0;" parent="1" vertex="1">
          <mxGeometry x="800" y="160" width="40" height="20" as="geometry" />
        </mxCell>
        <mxCell id="SbRHY4iRa-0WNo82sJNy-4" value="Offre" style="shape=rhombus;perimeter=rhombusPerimeter;whiteSpace=wrap;html=1;align=center;" parent="1" vertex="1">
          <mxGeometry x="530" y="90" width="70" height="30" as="geometry" />
        </mxCell>
        <mxCell id="SbRHY4iRa-0WNo82sJNy-12" style="edgeStyle=orthogonalEdgeStyle;rounded=0;orthogonalLoop=1;jettySize=auto;html=1;exitX=0.5;exitY=1;exitDx=0;exitDy=0;endArrow=none;endFill=0;" parent="1" source="SbRHY4iRa-0WNo82sJNy-4" edge="1">
          <mxGeometry relative="1" as="geometry">
            <mxPoint x="565" y="180" as="targetPoint" />
          </mxGeometry>
        </mxCell>
        <mxCell id="SbRHY4iRa-0WNo82sJNy-13" value="(1:N)" style="text;html=1;whiteSpace=wrap;strokeColor=none;fillColor=none;align=center;verticalAlign=middle;rounded=0;" parent="1" vertex="1">
          <mxGeometry x="560" y="160" width="40" height="20" as="geometry" />
        </mxCell>
        <mxCell id="SbRHY4iRa-0WNo82sJNy-15" value="(1:N)" style="text;html=1;whiteSpace=wrap;strokeColor=none;fillColor=none;align=center;verticalAlign=middle;rounded=0;" parent="1" vertex="1">
          <mxGeometry x="480" y="105" width="40" height="20" as="geometry" />
        </mxCell>
        <mxCell id="SbRHY4iRa-0WNo82sJNy-17" value="(1:1)" style="text;html=1;whiteSpace=wrap;strokeColor=none;fillColor=none;align=center;verticalAlign=middle;rounded=0;" parent="1" vertex="1">
          <mxGeometry x="620" y="200" width="40" height="20" as="geometry" />
        </mxCell>
        <mxCell id="SbRHY4iRa-0WNo82sJNy-24" style="edgeStyle=orthogonalEdgeStyle;rounded=0;orthogonalLoop=1;jettySize=auto;html=1;exitX=1;exitY=0.5;exitDx=0;exitDy=0;endArrow=none;endFill=0;entryX=1;entryY=0;entryDx=0;entryDy=0;" parent="1" source="SbRHY4iRa-0WNo82sJNy-20" target="-ga8Vy6kgK3lwZkrT14U-38" edge="1">
          <mxGeometry relative="1" as="geometry">
            <mxPoint x="790" y="70" as="targetPoint" />
          </mxGeometry>
        </mxCell>
        <mxCell id="SbRHY4iRa-0WNo82sJNy-20" value="Preferito" style="shape=rhombus;perimeter=rhombusPerimeter;whiteSpace=wrap;html=1;align=center;" parent="1" vertex="1">
          <mxGeometry x="670" y="50" width="80" height="40" as="geometry" />
        </mxCell>
        <mxCell id="SbRHY4iRa-0WNo82sJNy-23" value="" style="edgeStyle=orthogonalEdgeStyle;rounded=0;orthogonalLoop=1;jettySize=auto;html=1;exitX=1;exitY=0.5;exitDx=0;exitDy=0;endArrow=none;endFill=0;entryX=0;entryY=0.5;entryDx=0;entryDy=0;" parent="1" source="hoR0Gt4olv19J5PJwQfM-41" target="hoR0Gt4olv19J5PJwQfM-20" edge="1">
          <mxGeometry relative="1" as="geometry">
            <mxPoint x="740" y="200" as="sourcePoint" />
            <mxPoint x="790" y="200" as="targetPoint" />
          </mxGeometry>
        </mxCell>
        <mxCell id="SbRHY4iRa-0WNo82sJNy-18" value="(0:N)" style="text;html=1;whiteSpace=wrap;strokeColor=none;fillColor=none;align=center;verticalAlign=middle;rounded=0;" parent="1" vertex="1">
          <mxGeometry x="730" y="200" width="40" height="20" as="geometry" />
        </mxCell>
        <mxCell id="SbRHY4iRa-0WNo82sJNy-26" value="(0:N)" style="text;html=1;whiteSpace=wrap;strokeColor=none;fillColor=none;align=center;verticalAlign=middle;rounded=0;" parent="1" vertex="1">
          <mxGeometry x="630" y="160" width="40" height="20" as="geometry" />
        </mxCell>
        <mxCell id="IlA3ACU5GJCYR5n2nHMM-1" value="Id" style="text;html=1;whiteSpace=wrap;strokeColor=none;fillColor=none;align=center;verticalAlign=middle;rounded=0;" parent="1" vertex="1">
          <mxGeometry x="710" y="290" width="40" height="20" as="geometry" />
        </mxCell>
        <mxCell id="IlA3ACU5GJCYR5n2nHMM-3" style="edgeStyle=orthogonalEdgeStyle;rounded=0;orthogonalLoop=1;jettySize=auto;html=1;exitX=0.5;exitY=1;exitDx=0;exitDy=0;endArrow=none;endFill=0;startArrow=oval;startFill=1;" parent="1" source="IlA3ACU5GJCYR5n2nHMM-1" edge="1">
          <mxGeometry relative="1" as="geometry">
            <mxPoint x="730" y="330" as="targetPoint" />
          </mxGeometry>
        </mxCell>
        <mxCell id="IlA3ACU5GJCYR5n2nHMM-5" style="edgeStyle=orthogonalEdgeStyle;rounded=0;orthogonalLoop=1;jettySize=auto;html=1;exitX=0.5;exitY=0;exitDx=0;exitDy=0;entryX=0.775;entryY=1.008;entryDx=0;entryDy=0;entryPerimeter=0;endArrow=none;endFill=0;startArrow=oval;startFill=1;" parent="1" source="hoR0Gt4olv19J5PJwQfM-77" target="hoR0Gt4olv19J5PJwQfM-16" edge="1">
          <mxGeometry relative="1" as="geometry" />
        </mxCell>
        <mxCell id="IlA3ACU5GJCYR5n2nHMM-6" style="edgeStyle=orthogonalEdgeStyle;rounded=0;orthogonalLoop=1;jettySize=auto;html=1;exitX=0.5;exitY=1;exitDx=0;exitDy=0;entryX=0.553;entryY=-0.002;entryDx=0;entryDy=0;entryPerimeter=0;endArrow=none;endFill=0;" parent="1" source="hoR0Gt4olv19J5PJwQfM-30" target="hoR0Gt4olv19J5PJwQfM-16" edge="1">
          <mxGeometry relative="1" as="geometry" />
        </mxCell>
        <mxCell id="IlA3ACU5GJCYR5n2nHMM-8" value="(1:1)" style="text;html=1;whiteSpace=wrap;strokeColor=none;fillColor=none;align=center;verticalAlign=middle;rounded=0;" parent="1" vertex="1">
          <mxGeometry x="100" y="280" width="40" height="20" as="geometry" />
        </mxCell>
        <mxCell id="IlA3ACU5GJCYR5n2nHMM-10" value="IdUtente" style="text;html=1;whiteSpace=wrap;strokeColor=none;fillColor=none;align=center;verticalAlign=middle;rounded=0;" parent="1" vertex="1">
          <mxGeometry x="937" y="130" width="60" height="20" as="geometry" />
        </mxCell>
        <mxCell id="IlA3ACU5GJCYR5n2nHMM-13" value="Data-Ora" style="text;html=1;whiteSpace=wrap;strokeColor=none;fillColor=none;align=center;verticalAlign=middle;rounded=0;" parent="1" vertex="1">
          <mxGeometry x="640" y="290" width="60" height="20" as="geometry" />
        </mxCell>
-         <mxCell id="5" style="edgeStyle=orthogonalEdgeStyle;rounded=0;orthogonalLoop=1;jettySize=auto;html=1;exitX=0;exitY=0.5;exitDx=0;exitDy=0;endArrow=none;endFill=0;" edge="1" parent="1" source="3">
+         <mxCell id="5" style="edgeStyle=orthogonalEdgeStyle;rounded=0;orthogonalLoop=1;jettySize=auto;html=1;exitX=0;exitY=0.5;exitDx=0;exitDy=0;endArrow=none;endFill=0;" parent="1" source="3" edge="1">
          <mxGeometry relative="1" as="geometry">
            <mxPoint x="770" y="350" as="targetPoint" />
          </mxGeometry>
        </mxCell>
-         <mxCell id="3" value="Risponde" style="shape=rhombus;perimeter=rhombusPerimeter;whiteSpace=wrap;html=1;align=center;" vertex="1" parent="1">
+         <mxCell id="3" value="Risponde" style="shape=rhombus;perimeter=rhombusPerimeter;whiteSpace=wrap;html=1;align=center;" parent="1" vertex="1">
          <mxGeometry x="820" y="330" width="80" height="40" as="geometry" />
        </mxCell>
-         <mxCell id="4" style="edgeStyle=orthogonalEdgeStyle;rounded=0;orthogonalLoop=1;jettySize=auto;html=1;exitX=0.5;exitY=0;exitDx=0;exitDy=0;endArrow=none;endFill=0;" edge="1" parent="1" source="3">
+         <mxCell id="4" style="edgeStyle=orthogonalEdgeStyle;rounded=0;orthogonalLoop=1;jettySize=auto;html=1;exitX=0.5;exitY=0;exitDx=0;exitDy=0;endArrow=none;endFill=0;" parent="1" source="3" edge="1">
          <mxGeometry relative="1" as="geometry">
            <mxPoint x="860" y="220" as="targetPoint" />
          </mxGeometry>
        </mxCell>
-         <mxCell id="6" value="(1:1)" style="text;html=1;whiteSpace=wrap;strokeColor=none;fillColor=none;align=center;verticalAlign=middle;rounded=0;" vertex="1" parent="1">
+         <mxCell id="6" value="(1:1)" style="text;html=1;whiteSpace=wrap;strokeColor=none;fillColor=none;align=center;verticalAlign=middle;rounded=0;" parent="1" vertex="1">
          <mxGeometry x="750" y="320" width="30" height="20" as="geometry" />
        </mxCell>
-         <mxCell id="8" value="(0:1)" style="text;html=1;whiteSpace=wrap;strokeColor=none;fillColor=none;align=center;verticalAlign=middle;rounded=0;" vertex="1" parent="1">
+         <mxCell id="8" value="(0:1)" style="text;html=1;whiteSpace=wrap;strokeColor=none;fillColor=none;align=center;verticalAlign=middle;rounded=0;" parent="1" vertex="1">
          <mxGeometry x="787" y="350" width="40" height="20" as="geometry" />
        </mxCell>
-         <mxCell id="9" value="Se Ruolo=Rist&amp;nbsp;" style="shape=note;size=20;whiteSpace=wrap;html=1;" vertex="1" parent="1">
+         <mxCell id="9" value="Se Ruolo=Rist&amp;nbsp;" style="shape=note;size=20;whiteSpace=wrap;html=1;" parent="1" vertex="1">
          <mxGeometry x="950" y="270" width="70" height="77.5" as="geometry" />
        </mxCell>
-         <mxCell id="11" style="rounded=0;orthogonalLoop=1;jettySize=auto;html=1;exitX=1;exitY=0;exitDx=0;exitDy=0;entryX=0;entryY=0.5;entryDx=0;entryDy=0;entryPerimeter=0;endArrow=none;endFill=0;dashed=1;" edge="1" parent="1" source="3" target="9">
+         <mxCell id="11" style="rounded=0;orthogonalLoop=1;jettySize=auto;html=1;exitX=1;exitY=0;exitDx=0;exitDy=0;entryX=0;entryY=0.5;entryDx=0;entryDy=0;entryPerimeter=0;endArrow=none;endFill=0;dashed=1;" parent="1" source="3" target="9" edge="1">
+           <mxGeometry relative="1" as="geometry" />
+         </mxCell>
+         <mxCell id="13" value="Risposta" style="text;html=1;whiteSpace=wrap;strokeColor=none;fillColor=none;align=center;verticalAlign=middle;rounded=0;" vertex="1" parent="1">
+           <mxGeometry x="890" y="375" width="60" height="20" as="geometry" />
+         </mxCell>
+         <mxCell id="15" style="rounded=0;orthogonalLoop=1;jettySize=auto;html=1;exitX=1;exitY=1;exitDx=0;exitDy=0;entryX=-0.011;entryY=0.176;entryDx=0;entryDy=0;entryPerimeter=0;endArrow=oval;endFill=0;" edge="1" parent="1" source="3" target="13">
          <mxGeometry relative="1" as="geometry" />
        </mxCell>
      </root>
    </mxGraphModel>
  </diagram>
</mxfile>
